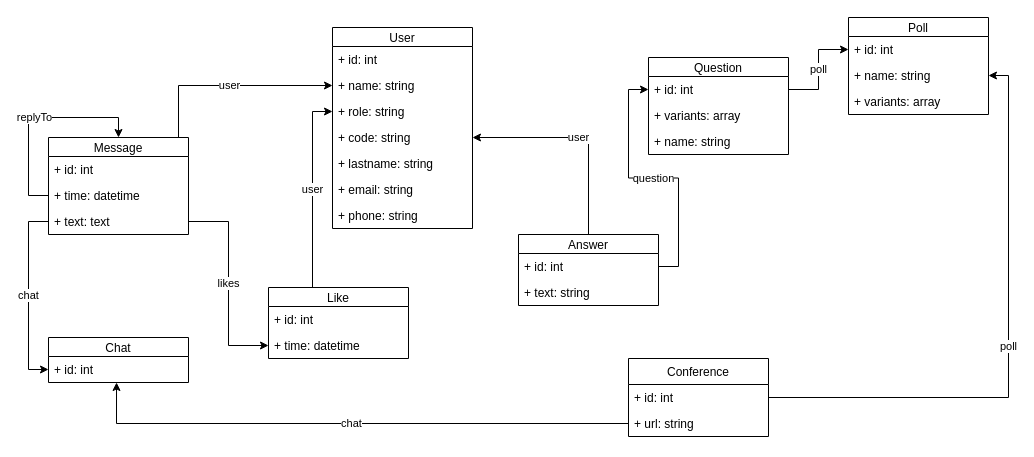
This is projectStructure.drawio from shadow-warlock/gazprombank-conference, a draw.io file, before an edit. Source tidied: cells renumbered, new cells numbered last; positions are measured from the earlier drawing's top-left corner, leaving out a move shared by most shapes. Both pictures are drawn from the tidied source at 100%, with x=0, y=0 at pixel (28, 17).
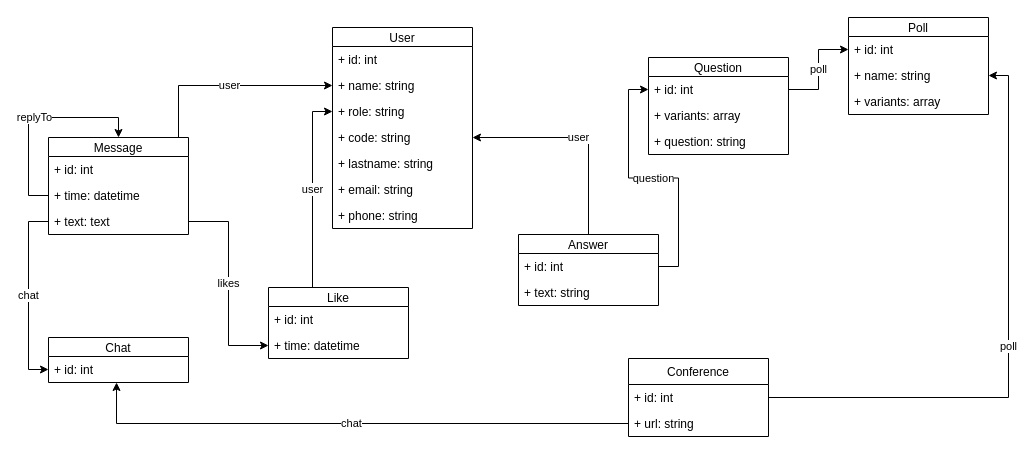
The same diagram, later.

Unchanged cells that the change refers to:
```xml
<mxCell id="39" value="Question" style="swimlane;fontStyle=0;horizontal=1;startSize=19;fillColor=none;" parent="1" vertex="1">
  <mxGeometry x="620" y="40" width="140" height="97" as="geometry" />
</mxCell>
```

What changed in the source:
```diff
@@
-    <mxCell id="42" value="+ name: string" style="text;strokeColor=none;fillColor=none;align=left;verticalAlign=top;spacingLeft=4;spacingRight=4;overflow=hidden;" parent="39" vertex="1">
+    <mxCell id="42" value="+ question: string" style="text;strokeColor=none;fillColor=none;align=left;verticalAlign=top;spacingLeft=4;spacingRight=4;overflow=hidden;" parent="39" vertex="1">
       <mxGeometry y="71" width="140" height="26" as="geometry" />
     </mxCell>
```
